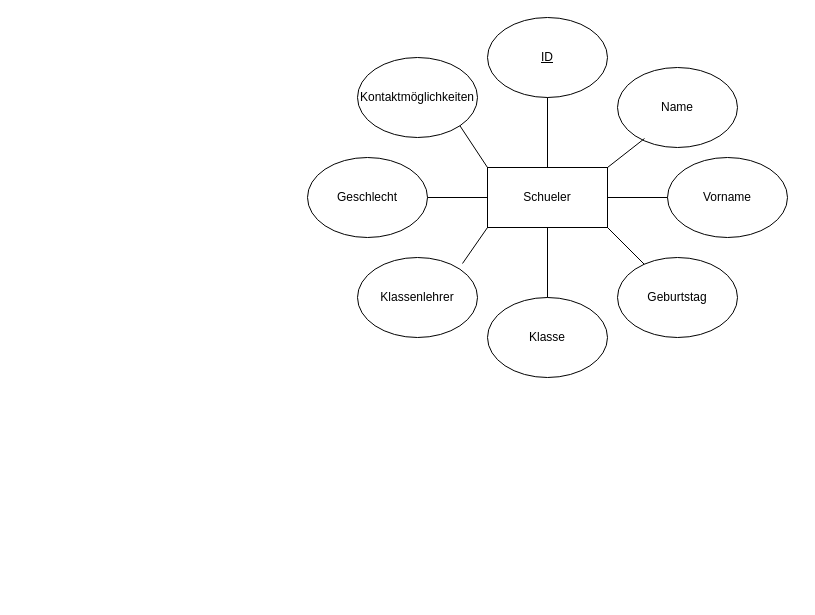
Before: docs/Schueler_ER_Diagram.drawio in rexari03/lernplaner_app, a draw.io diagram. Source tidied: cells renumbered, new cells numbered last; positions are measured from the earlier drawing's top-left corner, leaving out a move shared by most shapes. Both pictures are drawn from the tidied source at 100%, with x=0, y=0 at pixel (307, 17).
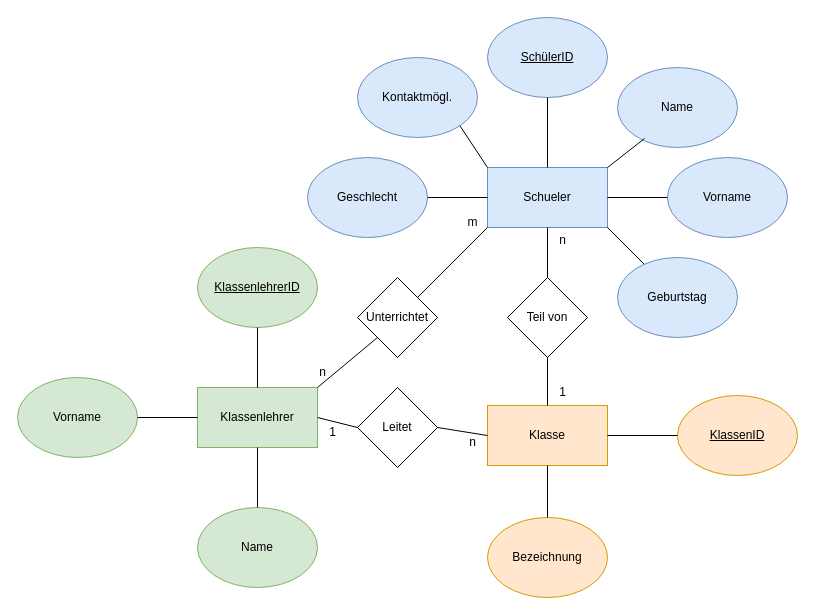
Above is the later version.

Change to the diagram source:
```diff
@@
-    <mxCell id="2" value="Schueler" style="rounded=0;whiteSpace=wrap;html=1;" parent="1" vertex="1">
+    <mxCell id="2" value="Schueler" style="rounded=0;whiteSpace=wrap;html=1;fillColor=#dae8fc;strokeColor=#6c8ebf;" parent="1" vertex="1">
       <mxGeometry x="180" y="150" width="120" height="60" as="geometry" />
     </mxCell>
-    <mxCell id="3" value="Kontaktmöglichkeiten" style="ellipse;whiteSpace=wrap;html=1;" parent="1" vertex="1">
+    <mxCell id="3" value="Kontaktmögl." style="ellipse;whiteSpace=wrap;html=1;fillColor=#dae8fc;strokeColor=#6c8ebf;" parent="1" vertex="1">
       <mxGeometry x="50" y="40" width="120" height="80" as="geometry" />
     </mxCell>
-    <mxCell id="4" value="Vorname" style="ellipse;whiteSpace=wrap;html=1;" parent="1" vertex="1">
+    <mxCell id="4" value="Vorname" style="ellipse;whiteSpace=wrap;html=1;fillColor=#dae8fc;strokeColor=#6c8ebf;" parent="1" vertex="1">
       <mxGeometry x="360" y="140" width="120" height="80" as="geometry" />
     </mxCell>
-    <mxCell id="5" value="Geburtstag" style="ellipse;whiteSpace=wrap;html=1;" parent="1" vertex="1">
+    <mxCell id="5" value="Geburtstag" style="ellipse;whiteSpace=wrap;html=1;fillColor=#dae8fc;strokeColor=#6c8ebf;" parent="1" vertex="1">
       <mxGeometry x="310" y="240" width="120" height="80" as="geometry" />
     </mxCell>
-    <mxCell id="6" value="Klassenlehrer" style="ellipse;whiteSpace=wrap;html=1;" parent="1" vertex="1">
-      <mxGeometry x="50" y="240" width="120" height="80" as="geometry" />
-    </mxCell>
-    <mxCell id="7" value="Geschlecht" style="ellipse;whiteSpace=wrap;html=1;" parent="1" vertex="1">
+    <mxCell id="7" value="Geschlecht" style="ellipse;whiteSpace=wrap;html=1;fillColor=#dae8fc;strokeColor=#6c8ebf;" parent="1" vertex="1">
       <mxGeometry y="140" width="120" height="80" as="geometry" />
     </mxCell>
-    <mxCell id="8" value="Name" style="ellipse;whiteSpace=wrap;html=1;" parent="1" vertex="1">
+    <mxCell id="8" value="Name" style="ellipse;whiteSpace=wrap;html=1;fillColor=#dae8fc;strokeColor=#6c8ebf;" parent="1" vertex="1">
       <mxGeometry x="310" y="50" width="120" height="80" as="geometry" />
     </mxCell>
-    <mxCell id="9" value="Klasse" style="ellipse;whiteSpace=wrap;html=1;" parent="1" vertex="1">
-      <mxGeometry x="180" y="280" width="120" height="80" as="geometry" />
-    </mxCell>
-    <mxCell id="10" value="&lt;u&gt;ID&lt;/u&gt;" style="ellipse;whiteSpace=wrap;html=1;" parent="1" vertex="1">
+    <mxCell id="10" value="&lt;u&gt;SchülerID&lt;/u&gt;" style="ellipse;whiteSpace=wrap;html=1;fillColor=#dae8fc;strokeColor=#6c8ebf;" parent="1" vertex="1">
       <mxGeometry x="180" width="120" height="80" as="geometry" />
     </mxCell>
@@
-    <mxCell id="16" style="endArrow=none;html=1;rounded=0;entryX=0.5;entryY=0;entryDx=0;entryDy=0;exitX=0.5;exitY=1;exitDx=0;exitDy=0;" parent="1" edge="1" source="2" target="9">
-      <mxGeometry relative="1" as="geometry" />
-    </mxCell>
-    <mxCell id="17" style="endArrow=none;html=1;rounded=0;entryX=0.875;entryY=0.075;entryDx=0;entryDy=0;entryPerimeter=0;exitX=0;exitY=1;exitDx=0;exitDy=0;" parent="1" edge="1" source="2" target="6">
-      <mxGeometry relative="1" as="geometry" />
-    </mxCell>
@@
+    <mxCell id="6" value="Klassenlehrer" style="rounded=0;whiteSpace=wrap;html=1;fillColor=#d5e8d4;strokeColor=#82b366;" parent="1" vertex="1">
+      <mxGeometry x="-110" y="370" width="120" height="60" as="geometry" />
+    </mxCell>
+    <mxCell id="9" value="Klasse" style="rounded=0;whiteSpace=wrap;html=1;fillColor=#ffe6cc;strokeColor=#d79b00;" parent="1" vertex="1">
+      <mxGeometry x="180" y="388" width="120" height="60" as="geometry" />
+    </mxCell>
+    <mxCell id="19" value="Unterrichtet" style="rhombus;whiteSpace=wrap;html=1;" parent="1" vertex="1">
+      <mxGeometry x="50" y="260" width="80" height="80" as="geometry" />
+    </mxCell>
+    <mxCell id="20" style="endArrow=none;html=1;rounded=0;entryX=0;entryY=1;entryDx=0;entryDy=0;exitX=1;exitY=0;exitDx=0;exitDy=0;" parent="1" edge="1" source="6" target="19">
+      <mxGeometry relative="1" as="geometry" />
+    </mxCell>
+    <mxCell id="21" style="endArrow=none;html=1;rounded=0;entryX=0;entryY=1;entryDx=0;entryDy=0;exitX=1;exitY=0;exitDx=0;exitDy=0;" parent="1" edge="1" source="19" target="2">
+      <mxGeometry relative="1" as="geometry" />
+    </mxCell>
+    <mxCell id="22" value="&lt;u&gt;KlassenlehrerID&lt;/u&gt;" style="ellipse;whiteSpace=wrap;html=1;fillColor=#d5e8d4;strokeColor=#82b366;" parent="1" vertex="1">
+      <mxGeometry x="-110" y="230" width="120" height="80" as="geometry" />
+    </mxCell>
+    <mxCell id="23" value="m" style="text;html=1;align=center;verticalAlign=middle;strokeColor=none;fillColor=none;" parent="1" vertex="1">
+      <mxGeometry x="150" y="190" width="30" height="30" as="geometry" />
+    </mxCell>
+    <mxCell id="24" value="n" style="text;html=1;align=center;verticalAlign=middle;strokeColor=none;fillColor=none;" parent="1" vertex="1">
+      <mxGeometry y="340" width="30" height="30" as="geometry" />
+    </mxCell>
+    <mxCell id="25" style="endArrow=none;html=1;rounded=0;entryX=0.5;entryY=1;entryDx=0;entryDy=0;exitX=0.5;exitY=0;exitDx=0;exitDy=0;" parent="1" edge="1" source="6" target="22">
+      <mxGeometry relative="1" as="geometry" />
+    </mxCell>
+    <mxCell id="26" value="Vorname" style="ellipse;whiteSpace=wrap;html=1;fillColor=#d5e8d4;strokeColor=#82b366;" parent="1" vertex="1">
+      <mxGeometry x="-290" y="360" width="120" height="80" as="geometry" />
+    </mxCell>
+    <mxCell id="27" value="Name" style="ellipse;whiteSpace=wrap;html=1;fillColor=#d5e8d4;strokeColor=#82b366;" parent="1" vertex="1">
+      <mxGeometry x="-110" y="490" width="120" height="80" as="geometry" />
+    </mxCell>
+    <mxCell id="28" style="endArrow=none;html=1;rounded=0;entryX=0.5;entryY=0;entryDx=0;entryDy=0;exitX=0.5;exitY=1;exitDx=0;exitDy=0;" parent="1" edge="1" source="6" target="27">
+      <mxGeometry relative="1" as="geometry" />
+    </mxCell>
+    <mxCell id="29" style="endArrow=none;html=1;rounded=0;exitX=1;exitY=0.5;exitDx=0;exitDy=0;" parent="1" edge="1" source="26">
+      <mxGeometry relative="1" as="geometry">
+        <mxPoint x="-110" y="400" as="targetPoint" />
+      </mxGeometry>
+    </mxCell>
+    <mxCell id="30" value="Teil von" style="rhombus;whiteSpace=wrap;html=1;" parent="1" vertex="1">
+      <mxGeometry x="200" y="260" width="80" height="80" as="geometry" />
+    </mxCell>
+    <mxCell id="31" style="endArrow=none;html=1;rounded=0;entryX=0.5;entryY=1;entryDx=0;entryDy=0;exitX=0.5;exitY=0;exitDx=0;exitDy=0;" parent="1" edge="1" source="30" target="2">
+      <mxGeometry relative="1" as="geometry" />
+    </mxCell>
+    <mxCell id="32" style="endArrow=none;html=1;rounded=0;entryX=0.5;entryY=1;entryDx=0;entryDy=0;exitX=0.5;exitY=0;exitDx=0;exitDy=0;" parent="1" edge="1" source="9" target="30">
+      <mxGeometry relative="1" as="geometry" />
+    </mxCell>
+    <mxCell id="33" value="1" style="text;html=1;align=center;verticalAlign=middle;strokeColor=none;fillColor=none;" parent="1" vertex="1">
+      <mxGeometry x="240" y="360" width="30" height="30" as="geometry" />
+    </mxCell>
+    <mxCell id="34" value="n" style="text;html=1;align=center;verticalAlign=middle;strokeColor=none;fillColor=none;" parent="1" vertex="1">
+      <mxGeometry x="240" y="208" width="30" height="30" as="geometry" />
+    </mxCell>
+    <mxCell id="35" value="&lt;u&gt;KlassenID&lt;/u&gt;" style="ellipse;whiteSpace=wrap;html=1;fillColor=#ffe6cc;strokeColor=#d79b00;" parent="1" vertex="1">
+      <mxGeometry x="370" y="378" width="120" height="80" as="geometry" />
+    </mxCell>
+    <mxCell id="36" style="endArrow=none;html=1;rounded=0;entryX=0;entryY=0.5;entryDx=0;entryDy=0;exitX=1;exitY=0.5;exitDx=0;exitDy=0;" parent="1" edge="1" source="9" target="35">
+      <mxGeometry relative="1" as="geometry" />
+    </mxCell>
+    <mxCell id="37" value="Bezeichnung" style="ellipse;whiteSpace=wrap;html=1;fillColor=#ffe6cc;strokeColor=#d79b00;" parent="1" vertex="1">
+      <mxGeometry x="180" y="500" width="120" height="80" as="geometry" />
+    </mxCell>
+    <mxCell id="38" style="endArrow=none;html=1;rounded=0;exitX=0.5;exitY=0;exitDx=0;exitDy=0;entryX=0.5;entryY=1;entryDx=0;entryDy=0;" parent="1" edge="1" source="37" target="9">
+      <mxGeometry relative="1" as="geometry" />
+    </mxCell>
+    <mxCell id="39" value="Leitet" style="rhombus;whiteSpace=wrap;html=1;" parent="1" vertex="1">
+      <mxGeometry x="50" y="370" width="80" height="80" as="geometry" />
+    </mxCell>
+    <mxCell id="40" style="endArrow=none;html=1;rounded=0;entryX=0;entryY=0.5;entryDx=0;entryDy=0;exitX=1;exitY=0.5;exitDx=0;exitDy=0;" parent="1" edge="1" source="6" target="39">
+      <mxGeometry relative="1" as="geometry" />
+    </mxCell>
+    <mxCell id="41" style="endArrow=none;html=1;rounded=0;entryX=0;entryY=0.5;entryDx=0;entryDy=0;exitX=1;exitY=0.5;exitDx=0;exitDy=0;" parent="1" edge="1" source="39" target="9">
+      <mxGeometry relative="1" as="geometry" />
+    </mxCell>
+    <mxCell id="42" value="1" style="text;html=1;align=center;verticalAlign=middle;strokeColor=none;fillColor=none;" parent="1" vertex="1">
+      <mxGeometry x="10" y="400" width="30" height="30" as="geometry" />
+    </mxCell>
+    <mxCell id="43" value="n" style="text;html=1;align=center;verticalAlign=middle;strokeColor=none;fillColor=none;" parent="1" vertex="1">
+      <mxGeometry x="150" y="410" width="30" height="30" as="geometry" />
+    </mxCell>
```
